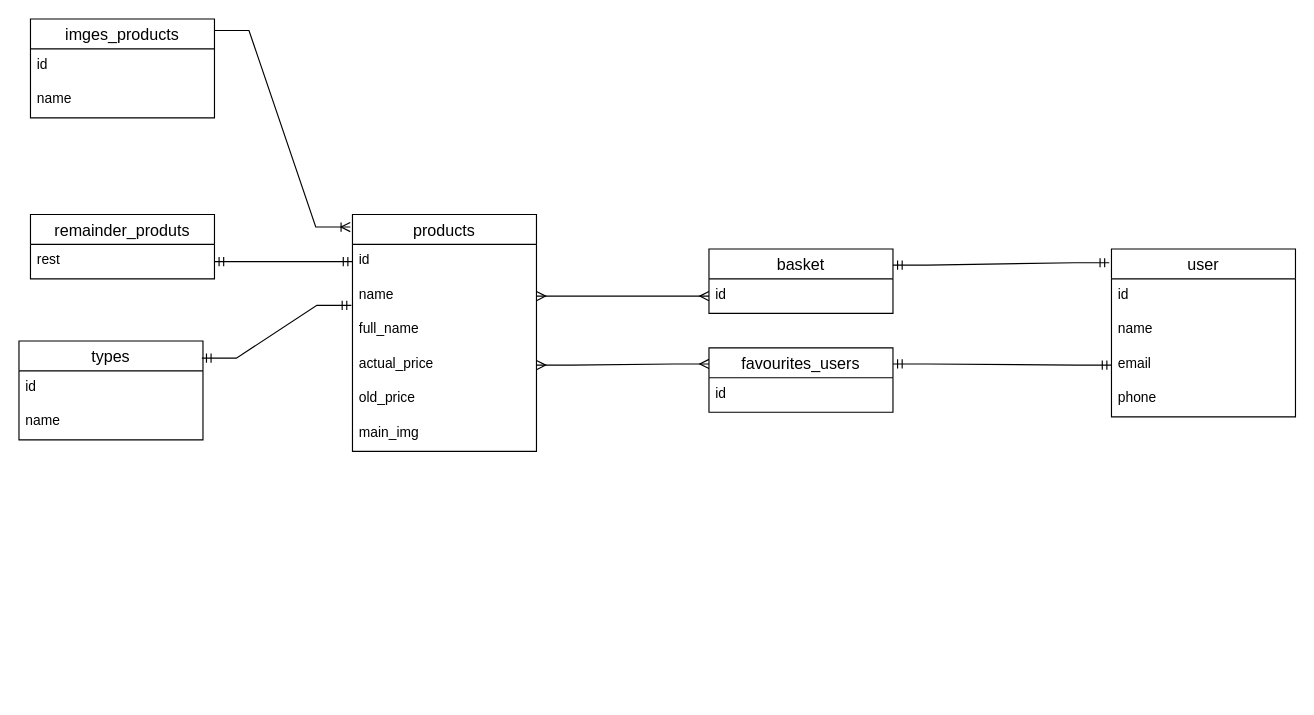
This is db_model.drawio from IvanAbeleshev/auto-market-back-ts-v2, a draw.io file, before an edit. Source tidied: cells renumbered, new cells numbered last; positions are measured from the earlier drawing's top-left corner, leaving out a move shared by most shapes. Both pictures are drawn from the tidied source at 115%, with x=0, y=0 at pixel (18, 18).
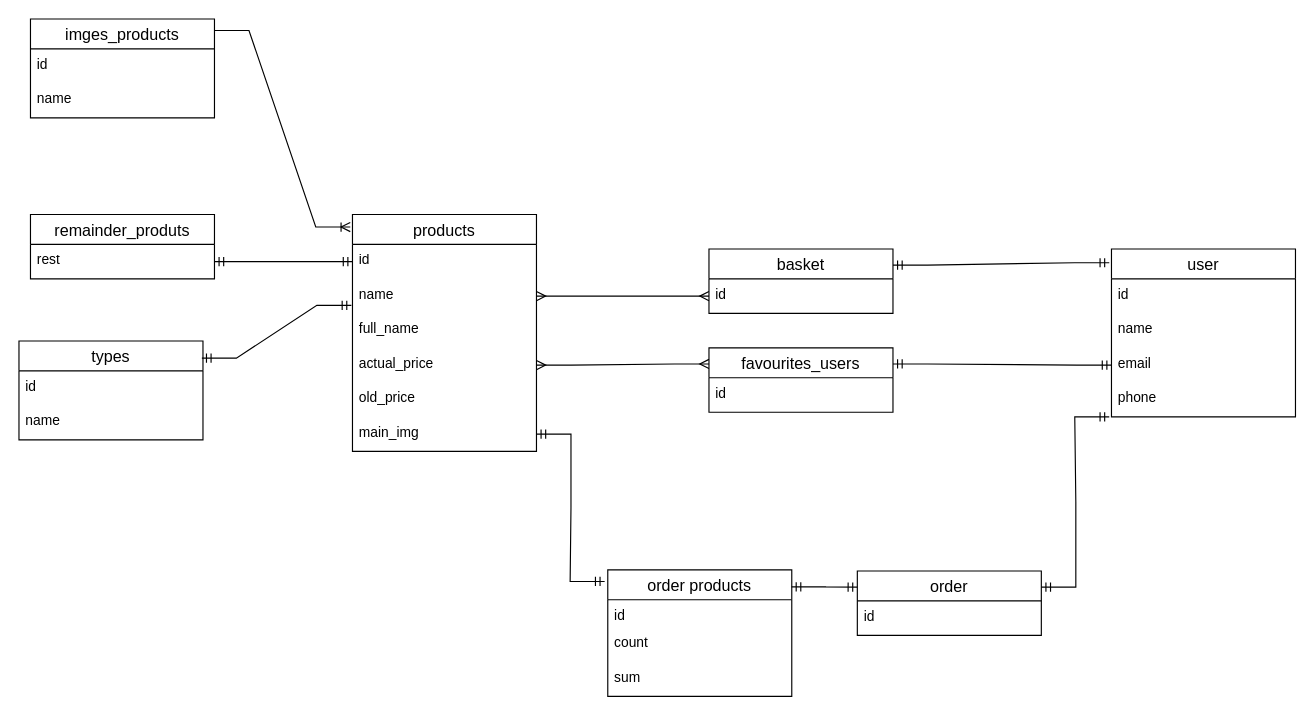
After the change.

The change refers to these unchanged cells:
```xml
<mxCell id="8" value="main_img" style="text;strokeColor=none;fillColor=none;spacingLeft=4;spacingRight=4;overflow=hidden;points=[[0,0.5],[1,0.5]];portConstraint=eastwest;fontSize=12;" parent="2" vertex="1">
  <mxGeometry y="176" width="160" height="30" as="geometry" />
</mxCell>
<mxCell id="19" value="phone" style="text;strokeColor=none;fillColor=none;spacingLeft=4;spacingRight=4;overflow=hidden;points=[[0,0.5],[1,0.5]];portConstraint=eastwest;fontSize=12;" parent="15" vertex="1">
  <mxGeometry y="116" width="160" height="30" as="geometry" />
</mxCell>
```

The edit, as a diff of the source:
```diff
@@
+    <mxCell id="33" value="order" style="swimlane;fontStyle=0;horizontal=1;startSize=26;align=center;fontSize=14;" parent="1" vertex="1">
+      <mxGeometry x="729" y="480" width="160" height="56" as="geometry" />
+    </mxCell>
+    <mxCell id="34" value="id" style="text;strokeColor=none;fillColor=none;spacingLeft=4;spacingRight=4;overflow=hidden;fontSize=12;" parent="33" vertex="1">
+      <mxGeometry y="26" width="160" height="30" as="geometry" />
+    </mxCell>
+    <mxCell id="35" value="order products" style="swimlane;fontStyle=0;horizontal=1;startSize=26;align=center;fontSize=14;" parent="1" vertex="1">
+      <mxGeometry x="512" y="479" width="160" height="110" as="geometry" />
+    </mxCell>
+    <mxCell id="36" value="id" style="text;strokeColor=none;fillColor=none;spacingLeft=4;spacingRight=4;overflow=hidden;fontSize=12;" parent="35" vertex="1">
+      <mxGeometry y="26" width="160" height="24" as="geometry" />
+    </mxCell>
+    <mxCell id="37" value="count" style="text;strokeColor=none;fillColor=none;spacingLeft=4;spacingRight=4;overflow=hidden;fontSize=12;" parent="35" vertex="1">
+      <mxGeometry y="50" width="160" height="30" as="geometry" />
+    </mxCell>
+    <mxCell id="38" value="sum" style="text;strokeColor=none;fillColor=none;spacingLeft=4;spacingRight=4;overflow=hidden;fontSize=12;" parent="35" vertex="1">
+      <mxGeometry y="80" width="160" height="30" as="geometry" />
+    </mxCell>
+    <mxCell id="39" style="edgeStyle=entityRelationEdgeStyle;fontSize=12;html=1;endArrow=ERmandOne;startArrow=ERmandOne;rounded=0;exitX=1;exitY=0.25;exitDx=0;exitDy=0;entryX=-0.012;entryY=1;entryDx=0;entryDy=0;entryPerimeter=0;" parent="1" edge="1" source="33" target="19">
+      <mxGeometry relative="1" as="geometry" />
+    </mxCell>
+    <mxCell id="40" style="edgeStyle=entityRelationEdgeStyle;fontSize=12;html=1;endArrow=ERmandOne;startArrow=ERmandOne;rounded=0;exitX=0.999;exitY=0.135;exitDx=0;exitDy=0;entryX=0;entryY=0.25;entryDx=0;entryDy=0;exitPerimeter=0;" parent="1" edge="1" source="35" target="33">
+      <mxGeometry relative="1" as="geometry" />
+    </mxCell>
+    <mxCell id="41" style="edgeStyle=entityRelationEdgeStyle;fontSize=12;html=1;endArrow=ERmandOne;startArrow=ERmandOne;rounded=0;exitX=1;exitY=0.5;exitDx=0;exitDy=0;entryX=-0.017;entryY=0.092;entryDx=0;entryDy=0;entryPerimeter=0;" parent="1" edge="1" source="8" target="35">
+      <mxGeometry relative="1" as="geometry" />
+    </mxCell>
```
